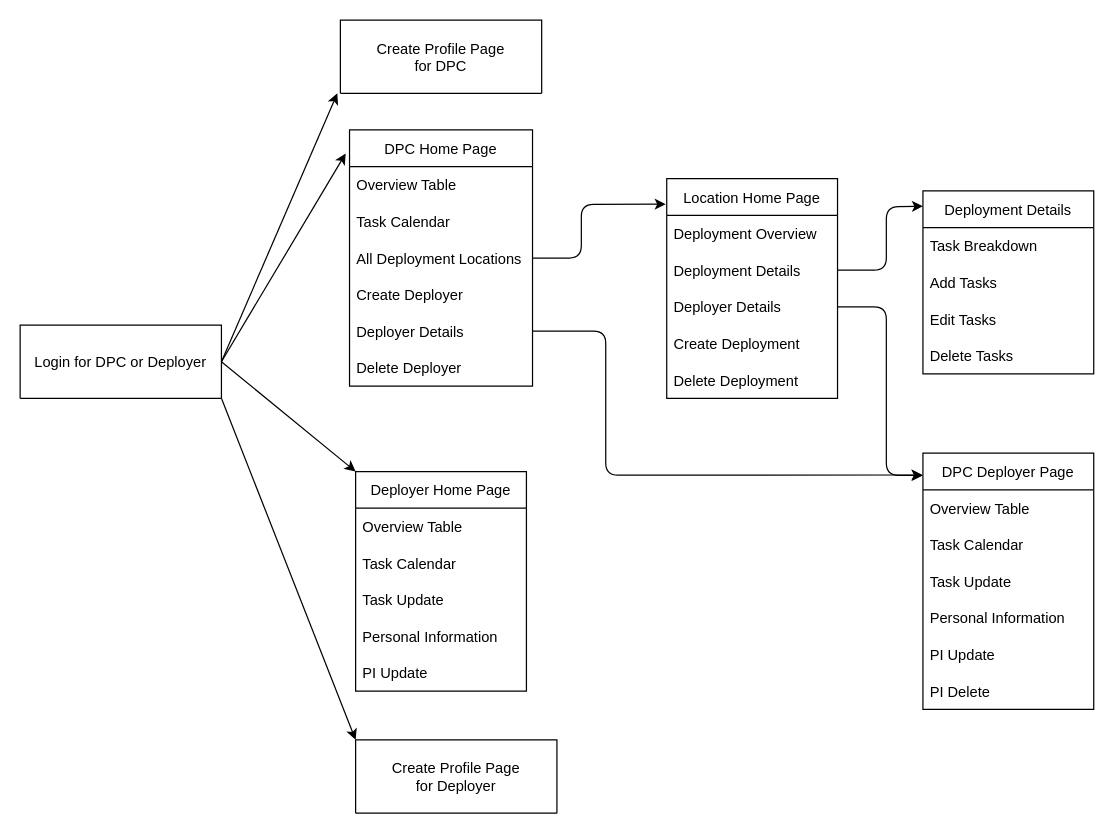
Above: Components.drawio in wmalott23/Capstone (draw.io), before the change. Source tidied: cells renumbered, new cells numbered last; positions are measured from the earlier drawing's top-left corner, leaving out a move shared by most shapes. Both pictures are drawn from the tidied source at 122%, with x=0, y=0 at pixel (20, 20).
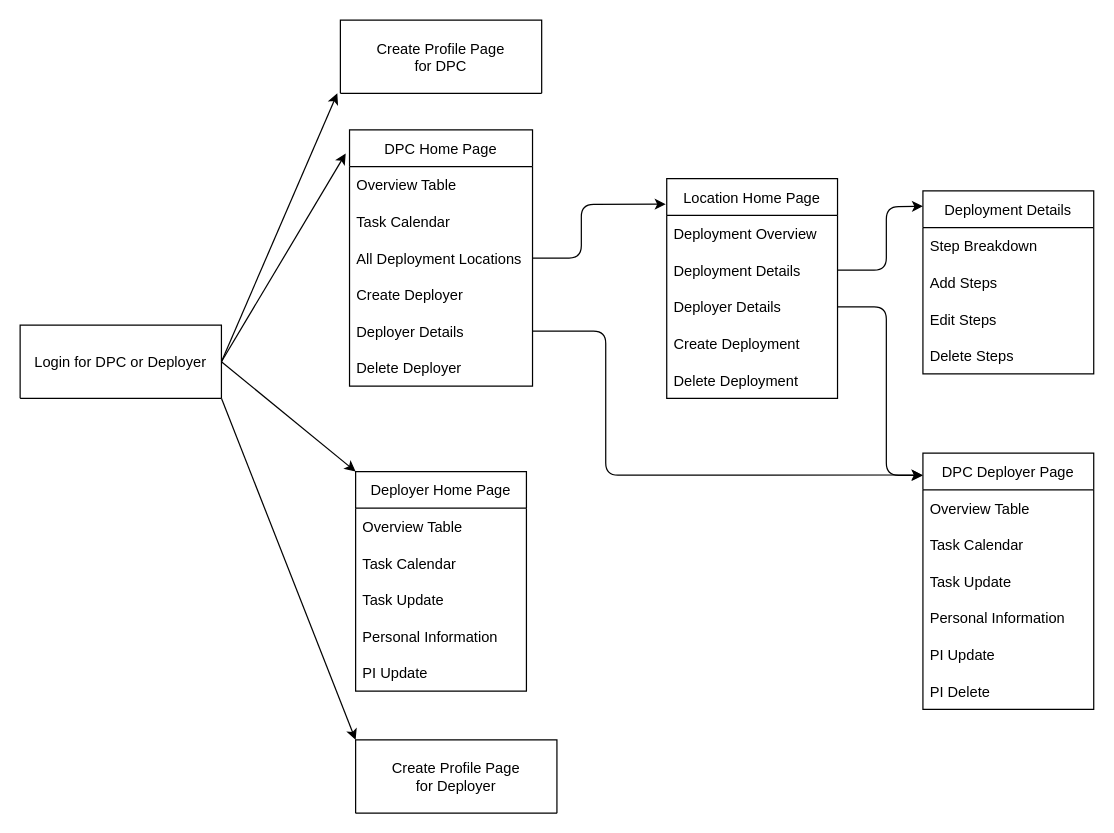
After the change.

The change refers to these unchanged cells:
```xml
<mxCell id="35" value="Deployment Details" style="swimlane;fontStyle=0;horizontal=1;startSize=30;" parent="1" vertex="1">
  <mxGeometry x="740" y="140" width="140" height="150" as="geometry" />
</mxCell>
```

The edit, as a diff of the source:
```diff
@@
-    <mxCell id="36" value="Task Breakdown" style="text;strokeColor=none;fillColor=none;align=left;verticalAlign=middle;spacingLeft=4;spacingRight=4;overflow=hidden;" parent="35" vertex="1">
+    <mxCell id="36" value="Step Breakdown" style="text;strokeColor=none;fillColor=none;align=left;verticalAlign=middle;spacingLeft=4;spacingRight=4;overflow=hidden;" parent="35" vertex="1">
       <mxGeometry y="30" width="140" height="30" as="geometry" />
     </mxCell>
-    <mxCell id="37" value="Add Tasks" style="text;strokeColor=none;fillColor=none;align=left;verticalAlign=middle;spacingLeft=4;spacingRight=4;overflow=hidden;" parent="35" vertex="1">
+    <mxCell id="37" value="Add Steps" style="text;strokeColor=none;fillColor=none;align=left;verticalAlign=middle;spacingLeft=4;spacingRight=4;overflow=hidden;" parent="35" vertex="1">
       <mxGeometry y="60" width="140" height="30" as="geometry" />
     </mxCell>
-    <mxCell id="38" value="Edit Tasks" style="text;strokeColor=none;fillColor=none;align=left;verticalAlign=middle;spacingLeft=4;spacingRight=4;overflow=hidden;" parent="35" vertex="1">
+    <mxCell id="38" value="Edit Steps" style="text;strokeColor=none;fillColor=none;align=left;verticalAlign=middle;spacingLeft=4;spacingRight=4;overflow=hidden;" parent="35" vertex="1">
       <mxGeometry y="90" width="140" height="30" as="geometry" />
     </mxCell>
-    <mxCell id="39" value="Delete Tasks" style="text;strokeColor=none;fillColor=none;align=left;verticalAlign=middle;spacingLeft=4;spacingRight=4;overflow=hidden;" parent="35" vertex="1">
+    <mxCell id="39" value="Delete Steps" style="text;strokeColor=none;fillColor=none;align=left;verticalAlign=middle;spacingLeft=4;spacingRight=4;overflow=hidden;" parent="35" vertex="1">
       <mxGeometry y="120" width="140" height="30" as="geometry" />
     </mxCell>
```
